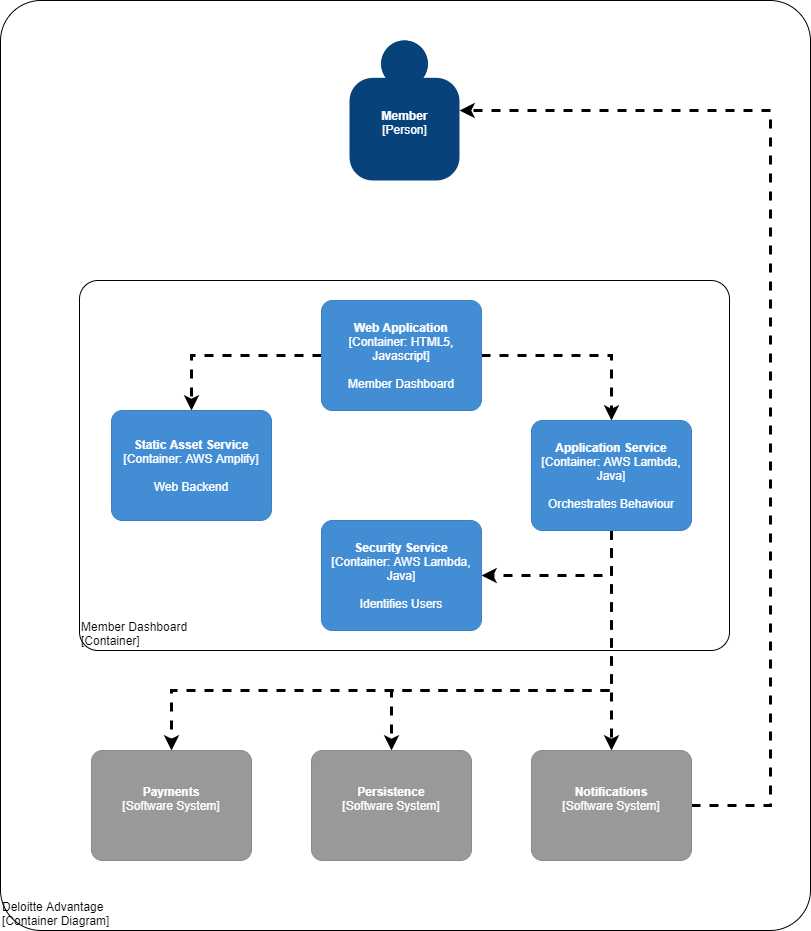
nico-guba/deloitte-advantage keeps this draw.io diagram as doc/container-diagram.png. Above is the earlier version. Source tidied: cells renumbered, new cells last; positions are measured from the earlier drawing's top-left corner, leaving out a move shared by most shapes. Source of this version:
```xml
<mxGraphModel>
  <root>
    <mxCell id="0" />
    <mxCell id="1" parent="0" />
    <object id="2" label="&lt;div style=&quot;text-align: left&quot;&gt;%c4Name%&lt;/div&gt;&lt;div style=&quot;text-align: left&quot;&gt;[%c4OperationSystem%]&lt;/div&gt;&lt;div style=&quot;text-align: right&quot;&gt;%c4ScalingFactor%&lt;/div&gt;" c4Name="Deloitte Advantage" c4OperationSystem="Container Diagram" c4ScalingFactor="" c4Type="DeploymentNode" placeholders="1">
      <mxCell style="rounded=1;whiteSpace=wrap;html=1;labelBackgroundColor=none;fillColor=#ffffff;fontColor=#000000;align=left;arcSize=5;strokeColor=#000000;verticalAlign=bottom;metaData={&quot;c4Type&quot;:{&quot;editable&quot;:false}};" parent="1" vertex="1">
        <mxGeometry width="810" height="930" as="geometry" />
      </mxCell>
    </object>
    <object id="3" label="&lt;div style=&quot;text-align: left&quot;&gt;%c4Name%&lt;/div&gt;&lt;div style=&quot;text-align: left&quot;&gt;[%c4Application%]&lt;/div&gt;" c4Application="Container" c4Name="Member Dashboard" c4Type="ExecutionEnvironment" placeholders="1">
      <mxCell style="rounded=1;whiteSpace=wrap;html=1;labelBackgroundColor=none;fillColor=#ffffff;fontColor=#000000;align=left;arcSize=5;strokeColor=#000000;verticalAlign=bottom;metaData={&quot;c4Type&quot;:{&quot;editable&quot;:false}};" parent="1" vertex="1">
        <mxGeometry x="79" y="280" width="650" height="370" as="geometry" />
      </mxCell>
    </object>
    <object id="4" label="&lt;b&gt;%c4Name%&lt;/b&gt;&lt;div&gt;[%c4Type%]&lt;/div&gt;&lt;br&gt;&lt;div&gt;%c4Description%&lt;/div&gt;" c4Description="" c4Name="Member" c4Type="Person" placeholders="1">
      <mxCell style="html=1;dashed=1;whitespace=wrap;fillColor=#08427b;strokeColor=none;fontColor=#ffffff;shape=mxgraph.c4.person;align=center;points=[[0.5,0,0],[1,0.5,0],[1,0.75,0],[0.75,1,0],[0.5,1,0],[0.25,1,0],[0,0.75,0],[0,0.5,0]];metaData={&quot;c4Type&quot;:{&quot;editable&quot;:false}};strokeWidth=3;" parent="1" vertex="1">
        <mxGeometry x="349" y="40" width="110" height="140" as="geometry" />
      </mxCell>
    </object>
    <mxCell id="5" style="edgeStyle=orthogonalEdgeStyle;rounded=0;jettySize=auto;html=1;strokeWidth=3;strokeColor=#000000;dashed=1;" parent="1" edge="1" source="7" target="12">
      <mxGeometry relative="1" as="geometry" />
    </mxCell>
    <mxCell id="6" style="edgeStyle=orthogonalEdgeStyle;rounded=0;jettySize=auto;html=1;exitX=0;exitY=0.5;exitDx=0;exitDy=0;exitPerimeter=0;entryX=0.5;entryY=0;entryDx=0;entryDy=0;entryPerimeter=0;dashed=1;strokeColor=#000000;strokeWidth=3;" parent="1" edge="1" source="7" target="17">
      <mxGeometry relative="1" as="geometry" />
    </mxCell>
    <object id="7" label="&lt;b&gt;%c4Name%&lt;/b&gt;&lt;div&gt;[%c4Type%: %c4Technology%]&lt;/div&gt;&lt;br&gt;&lt;div&gt;%c4Description%&lt;/div&gt;" c4Description="Member Dashboard" c4Name="Web Application" c4Technology="HTML5, Javascript" c4Type="Container" placeholders="1">
      <mxCell style="rounded=1;whiteSpace=wrap;html=1;labelBackgroundColor=none;fillColor=#438DD5;fontColor=#ffffff;align=center;arcSize=10;strokeColor=#3C7FC0;metaData={&quot;c4Type&quot;:{&quot;editable&quot;:false}};points=[[0.25,0,0],[0.5,0,0],[0.75,0,0],[1,0.25,0],[1,0.5,0],[1,0.75,0],[0.75,1,0],[0.5,1,0],[0.25,1,0],[0,0.75,0],[0,0.5,0],[0,0.25,0]];" parent="1" vertex="1">
        <mxGeometry x="321" y="300" width="160" height="110" as="geometry" />
      </mxCell>
    </object>
    <mxCell id="8" style="edgeStyle=orthogonalEdgeStyle;rounded=0;jettySize=auto;html=1;exitX=0.5;exitY=1;exitDx=0;exitDy=0;exitPerimeter=0;dashed=1;strokeColor=#000000;strokeWidth=3;" parent="1" edge="1" source="12" target="18">
      <mxGeometry relative="1" as="geometry" />
    </mxCell>
    <mxCell id="9" style="edgeStyle=orthogonalEdgeStyle;rounded=0;jettySize=auto;html=1;exitX=0.5;exitY=1;exitDx=0;exitDy=0;exitPerimeter=0;entryX=0.5;entryY=0;entryDx=0;entryDy=0;entryPerimeter=0;dashed=1;strokeColor=#000000;strokeWidth=3;" parent="1" edge="1" source="12" target="16">
      <mxGeometry relative="1" as="geometry" />
    </mxCell>
    <mxCell id="10" style="edgeStyle=orthogonalEdgeStyle;rounded=0;jettySize=auto;html=1;exitX=0.5;exitY=1;exitDx=0;exitDy=0;exitPerimeter=0;dashed=1;strokeColor=#000000;strokeWidth=3;" parent="1" edge="1" source="12" target="13">
      <mxGeometry relative="1" as="geometry">
        <Array as="points">
          <mxPoint x="611" y="690" />
          <mxPoint x="391" y="690" />
        </Array>
      </mxGeometry>
    </mxCell>
    <mxCell id="11" style="edgeStyle=orthogonalEdgeStyle;rounded=0;jettySize=auto;html=1;exitX=0.5;exitY=1;exitDx=0;exitDy=0;exitPerimeter=0;entryX=0.5;entryY=0;entryDx=0;entryDy=0;entryPerimeter=0;dashed=1;strokeColor=#000000;strokeWidth=3;" parent="1" edge="1" source="12" target="14">
      <mxGeometry relative="1" as="geometry">
        <Array as="points">
          <mxPoint x="611" y="690" />
          <mxPoint x="171" y="690" />
        </Array>
      </mxGeometry>
    </mxCell>
    <object id="12" label="&lt;b&gt;%c4Name%&lt;/b&gt;&lt;div&gt;[%c4Type%: %c4Technology%]&lt;/div&gt;&lt;br&gt;&lt;div&gt;%c4Description%&lt;/div&gt;" c4Description="Orchestrates Behaviour" c4Name="Application Service" c4Technology="AWS Lambda, Java" c4Type="Container" placeholders="1">
      <mxCell style="rounded=1;whiteSpace=wrap;html=1;labelBackgroundColor=none;fillColor=#438DD5;fontColor=#ffffff;align=center;arcSize=10;strokeColor=#3C7FC0;metaData={&quot;c4Type&quot;:{&quot;editable&quot;:false}};points=[[0.25,0,0],[0.5,0,0],[0.75,0,0],[1,0.25,0],[1,0.5,0],[1,0.75,0],[0.75,1,0],[0.5,1,0],[0.25,1,0],[0,0.75,0],[0,0.5,0],[0,0.25,0]];" parent="1" vertex="1">
        <mxGeometry x="531" y="420" width="160" height="110" as="geometry" />
      </mxCell>
    </object>
    <object id="13" label="&lt;b&gt;%c4Name%&lt;/b&gt;&lt;div&gt;[%c4Type%]&lt;/div&gt;&lt;br&gt;&lt;div&gt;%c4Description%&lt;/div&gt;" c4Description="" c4Name="Persistence" c4Type="Software System" placeholders="1">
      <mxCell style="rounded=1;whiteSpace=wrap;html=1;labelBackgroundColor=none;fillColor=#999999;fontColor=#ffffff;align=center;arcSize=10;strokeColor=#8A8A8A;metaData={&quot;c4Type&quot;:{&quot;editable&quot;:false}};points=[[0.25,0,0],[0.5,0,0],[0.75,0,0],[1,0.25,0],[1,0.5,0],[1,0.75,0],[0.75,1,0],[0.5,1,0],[0.25,1,0],[0,0.75,0],[0,0.5,0],[0,0.25,0]];" parent="1" vertex="1">
        <mxGeometry x="311" y="750" width="160" height="110" as="geometry" />
      </mxCell>
    </object>
    <object id="14" label="&lt;b&gt;%c4Name%&lt;/b&gt;&lt;div&gt;[%c4Type%]&lt;/div&gt;&lt;br&gt;&lt;div&gt;%c4Description%&lt;/div&gt;" c4Description="" c4Name="Payments" c4Type="Software System" placeholders="1">
      <mxCell style="rounded=1;whiteSpace=wrap;html=1;labelBackgroundColor=none;fillColor=#999999;fontColor=#ffffff;align=center;arcSize=10;strokeColor=#8A8A8A;metaData={&quot;c4Type&quot;:{&quot;editable&quot;:false}};points=[[0.25,0,0],[0.5,0,0],[0.75,0,0],[1,0.25,0],[1,0.5,0],[1,0.75,0],[0.75,1,0],[0.5,1,0],[0.25,1,0],[0,0.75,0],[0,0.5,0],[0,0.25,0]];" parent="1" vertex="1">
        <mxGeometry x="91" y="750" width="160" height="110" as="geometry" />
      </mxCell>
    </object>
    <mxCell id="15" style="edgeStyle=orthogonalEdgeStyle;rounded=0;jettySize=auto;html=1;exitX=1;exitY=0.5;exitDx=0;exitDy=0;exitPerimeter=0;entryX=1;entryY=0.5;entryDx=0;entryDy=0;entryPerimeter=0;dashed=1;strokeColor=#000000;strokeWidth=3;" parent="1" edge="1" source="16" target="4">
      <mxGeometry relative="1" as="geometry">
        <Array as="points">
          <mxPoint x="770" y="805" />
          <mxPoint x="770" y="110" />
        </Array>
      </mxGeometry>
    </mxCell>
    <object id="16" label="&lt;b&gt;%c4Name%&lt;/b&gt;&lt;div&gt;[%c4Type%]&lt;/div&gt;&lt;br&gt;&lt;div&gt;%c4Description%&lt;/div&gt;" c4Description="" c4Name="Notifications" c4Type="Software System" placeholders="1">
      <mxCell style="rounded=1;whiteSpace=wrap;html=1;labelBackgroundColor=none;fillColor=#999999;fontColor=#ffffff;align=center;arcSize=10;strokeColor=#8A8A8A;metaData={&quot;c4Type&quot;:{&quot;editable&quot;:false}};points=[[0.25,0,0],[0.5,0,0],[0.75,0,0],[1,0.25,0],[1,0.5,0],[1,0.75,0],[0.75,1,0],[0.5,1,0],[0.25,1,0],[0,0.75,0],[0,0.5,0],[0,0.25,0]];" parent="1" vertex="1">
        <mxGeometry x="531" y="750" width="160" height="110" as="geometry" />
      </mxCell>
    </object>
    <object id="17" label="&lt;b&gt;%c4Name%&lt;/b&gt;&lt;div&gt;[%c4Type%: %c4Technology%]&lt;/div&gt;&lt;br&gt;&lt;div&gt;%c4Description%&lt;/div&gt;" c4Description="Web Backend" c4Name="Static Asset Service" c4Technology="AWS Amplify" c4Type="Container" placeholders="1">
      <mxCell style="rounded=1;whiteSpace=wrap;html=1;labelBackgroundColor=none;fillColor=#438DD5;fontColor=#ffffff;align=center;arcSize=10;strokeColor=#3C7FC0;metaData={&quot;c4Type&quot;:{&quot;editable&quot;:false}};points=[[0.25,0,0],[0.5,0,0],[0.75,0,0],[1,0.25,0],[1,0.5,0],[1,0.75,0],[0.75,1,0],[0.5,1,0],[0.25,1,0],[0,0.75,0],[0,0.5,0],[0,0.25,0]];" parent="1" vertex="1">
        <mxGeometry x="111" y="410" width="160" height="110" as="geometry" />
      </mxCell>
    </object>
    <object id="18" label="&lt;b&gt;%c4Name%&lt;/b&gt;&lt;div&gt;[%c4Type%: %c4Technology%]&lt;/div&gt;&lt;br&gt;&lt;div&gt;%c4Description%&lt;/div&gt;" c4Description="Identifies Users" c4Name="Security Service" c4Technology="AWS Lambda, Java" c4Type="Container" placeholders="1">
      <mxCell style="rounded=1;whiteSpace=wrap;html=1;labelBackgroundColor=none;fillColor=#438DD5;fontColor=#ffffff;align=center;arcSize=10;strokeColor=#3C7FC0;metaData={&quot;c4Type&quot;:{&quot;editable&quot;:false}};points=[[0.25,0,0],[0.5,0,0],[0.75,0,0],[1,0.25,0],[1,0.5,0],[1,0.75,0],[0.75,1,0],[0.5,1,0],[0.25,1,0],[0,0.75,0],[0,0.5,0],[0,0.25,0]];" parent="1" vertex="1">
        <mxGeometry x="321" y="520" width="160" height="110" as="geometry" />
      </mxCell>
    </object>
  </root>
</mxGraphModel>
```
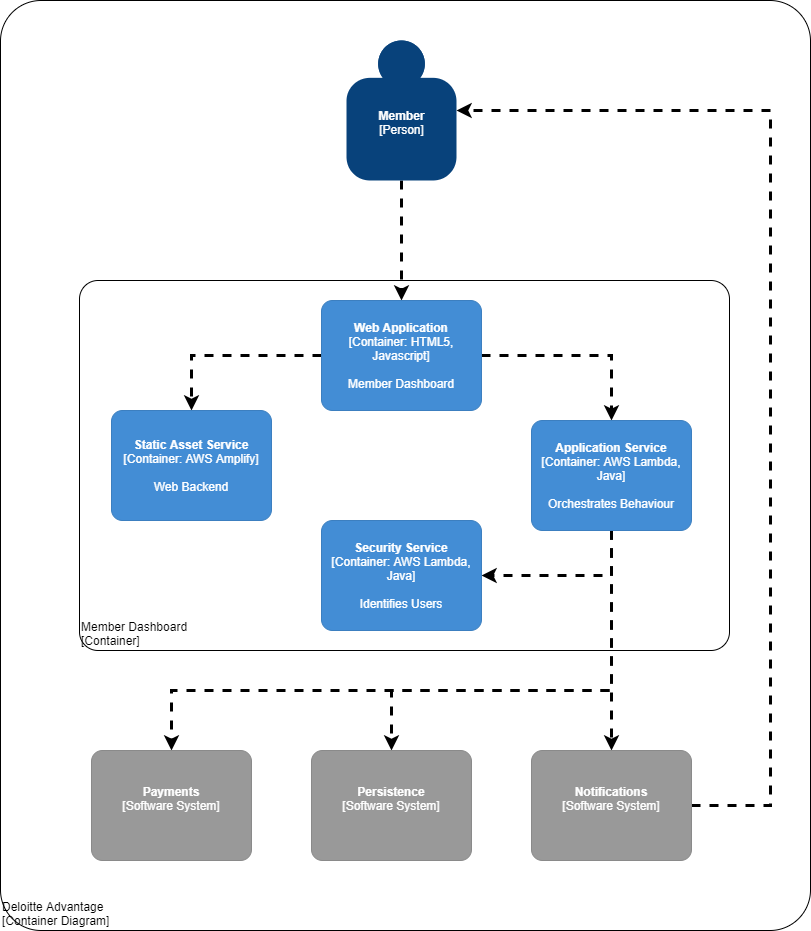
Later version of the same file.

Commit message:
added missing link from member -> WebApplication (as pre review -- good catch Mike!)

Diff of the diagram source:
```diff
@@ -12,9 +12,12 @@
         <mxGeometry x="79" y="280" width="650" height="370" as="geometry" />
       </mxCell>
     </object>
+    <mxCell id="19" style="edgeStyle=orthogonalEdgeStyle;rounded=0;jettySize=auto;html=1;exitX=0.5;exitY=1;exitDx=0;exitDy=0;exitPerimeter=0;dashed=1;strokeColor=#000000;strokeWidth=3;" parent="1" edge="1" source="4" target="7">
+      <mxGeometry relative="1" as="geometry" />
+    </mxCell>
     <object id="4" label="&lt;b&gt;%c4Name%&lt;/b&gt;&lt;div&gt;[%c4Type%]&lt;/div&gt;&lt;br&gt;&lt;div&gt;%c4Description%&lt;/div&gt;" c4Description="" c4Name="Member" c4Type="Person" placeholders="1">
       <mxCell style="html=1;dashed=1;whitespace=wrap;fillColor=#08427b;strokeColor=none;fontColor=#ffffff;shape=mxgraph.c4.person;align=center;points=[[0.5,0,0],[1,0.5,0],[1,0.75,0],[0.75,1,0],[0.5,1,0],[0.25,1,0],[0,0.75,0],[0,0.5,0]];metaData={&quot;c4Type&quot;:{&quot;editable&quot;:false}};strokeWidth=3;" parent="1" vertex="1">
-        <mxGeometry x="349" y="40" width="110" height="140" as="geometry" />
+        <mxGeometry x="346" y="40" width="110" height="140" as="geometry" />
       </mxCell>
     </object>
     <mxCell id="5" style="edgeStyle=orthogonalEdgeStyle;rounded=0;jettySize=auto;html=1;strokeWidth=3;strokeColor=#000000;dashed=1;" parent="1" edge="1" source="7" target="12">
```
